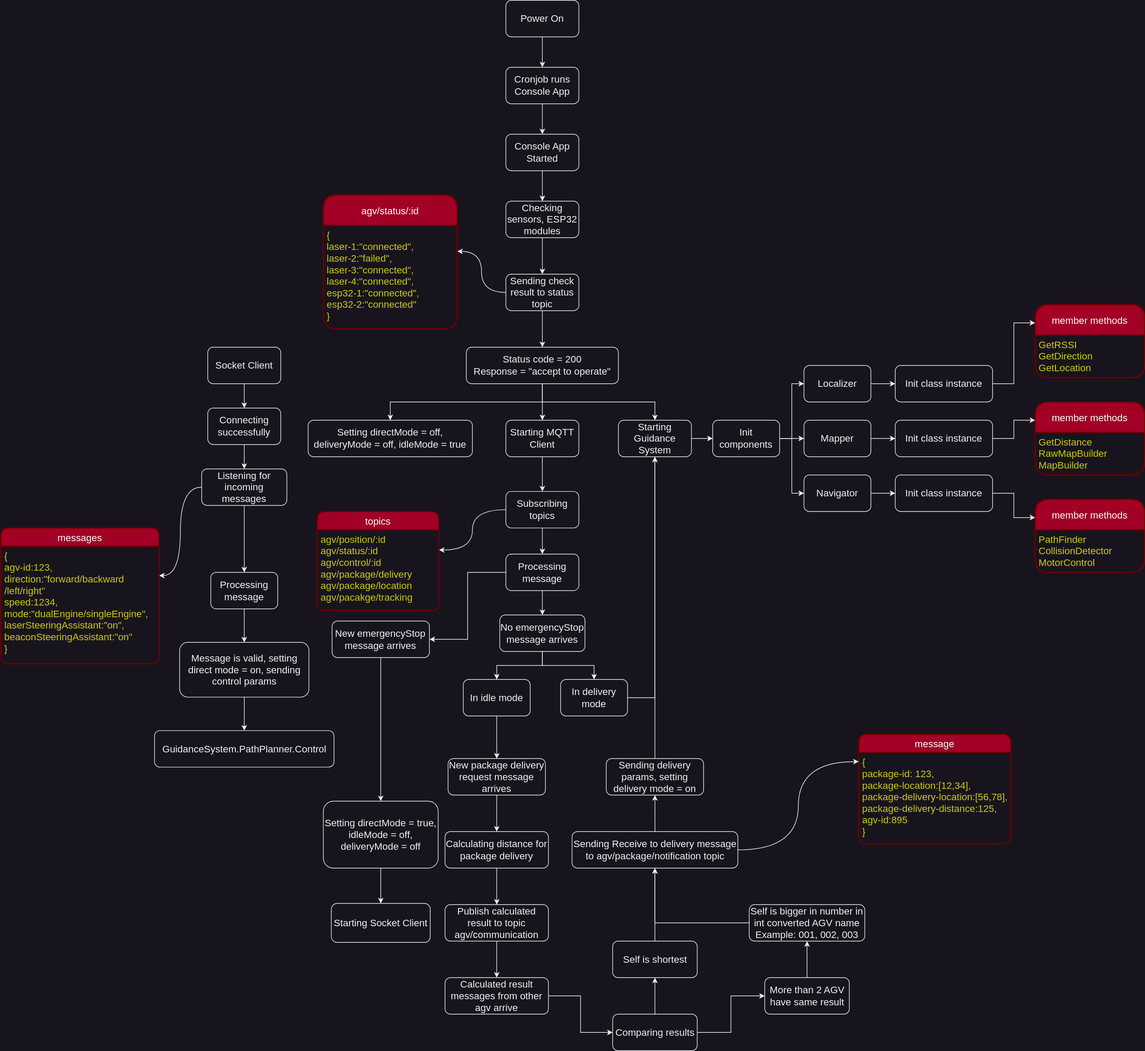
This is WorkFlows/AGV.svg from kirichain/AGV, a draw.io export, as it was before one commit. Source tidied: cells renumbered, new cells last; positions are measured from the earlier drawing's top-left corner, leaving out a move shared by most shapes.
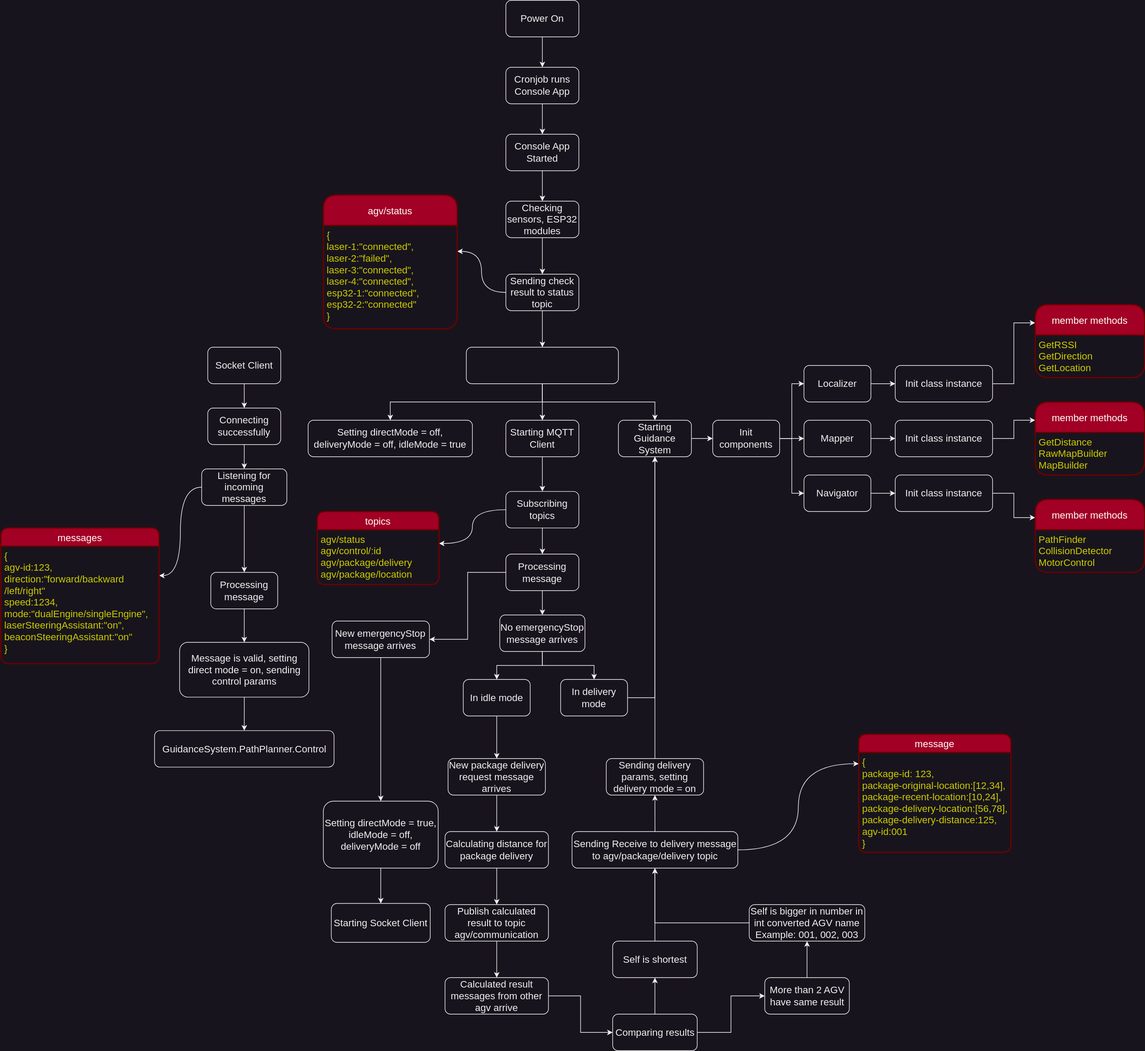
Later version of the same file.

The edit, as a diff of the source:
```diff
@@ -35,7 +35,7 @@
     <mxCell id="12" value="&lt;font size=&quot;3&quot;&gt;Sending check result to status topic&lt;/font&gt;" style="rounded=1;whiteSpace=wrap;html=1;" parent="1" vertex="1">
       <mxGeometry x="830" y="450" width="120" height="60" as="geometry" />
     </mxCell>
-    <mxCell id="13" value="agv/status/:id" style="swimlane;horizontal=1;startSize=50;rounded=1;fontSize=16;fontStyle=0;strokeWidth=2;shadow=0;dashed=0;align=center;fillColor=#a20025;fontColor=#ffffff;strokeColor=#6F0000;" parent="1" vertex="1">
+    <mxCell id="13" value="agv/status" style="swimlane;horizontal=1;startSize=50;rounded=1;fontSize=16;fontStyle=0;strokeWidth=2;shadow=0;dashed=0;align=center;fillColor=#a20025;fontColor=#ffffff;strokeColor=#6F0000;" parent="1" vertex="1">
       <mxGeometry x="530" y="320" width="220" height="220" as="geometry" />
     </mxCell>
     <mxCell id="14" value="{&#10;laser-1:&quot;connected&quot;,&#10;laser-2:&quot;failed&quot;,&#10;laser-3:&quot;connected&quot;,&#10;laser-4:&quot;connected&quot;,&#10;esp32-1:&quot;connected&quot;,&#10;esp32-2:&quot;connected&quot;&#10;}" style="align=left;strokeColor=none;fillColor=none;spacingLeft=4;fontSize=16;verticalAlign=top;fontColor=#CCCC00;" parent="13" vertex="1">
@@ -50,7 +50,7 @@
     <mxCell id="17" style="edgeStyle=orthogonalEdgeStyle;rounded=0;jettySize=auto;html=1;entryX=0.5;entryY=0;entryDx=0;entryDy=0;fontSize=16;" parent="1" edge="1" source="18" target="105">
       <mxGeometry relative="1" as="geometry" />
     </mxCell>
-    <mxCell id="18" value="&lt;font size=&quot;3&quot;&gt;Status code = 200&lt;br&gt;Response = &quot;accept to operate&quot;&lt;br&gt;&lt;/font&gt;" style="rounded=1;whiteSpace=wrap;html=1;" parent="1" vertex="1">
+    <mxCell id="18" value="&lt;font size=&quot;3&quot;&gt;&lt;br&gt;&lt;/font&gt;" style="rounded=1;whiteSpace=wrap;html=1;" parent="1" vertex="1">
       <mxGeometry x="765" y="570" width="250" height="60" as="geometry" />
     </mxCell>
     <mxCell id="19" style="edgeStyle=orthogonalEdgeStyle;rounded=0;jettySize=auto;html=1;entryX=0.5;entryY=0;entryDx=0;entryDy=0;fontSize=16;" parent="1" edge="1" source="20" target="27">
@@ -81,10 +81,10 @@
       <mxGeometry x="830" y="807" width="120" height="60" as="geometry" />
     </mxCell>
     <mxCell id="28" value="topics" style="swimlane;horizontal=1;startSize=30;rounded=1;fontSize=16;fontStyle=0;strokeWidth=2;shadow=0;dashed=0;align=center;fillColor=#a20025;fontColor=#ffffff;strokeColor=#6F0000;" parent="1" vertex="1">
-      <mxGeometry x="520" y="840" width="200" height="163" as="geometry" />
+      <mxGeometry x="520" y="840" width="200" height="120" as="geometry" />
     </mxCell>
-    <mxCell id="29" value="agv/position/:id&#10;agv/status/:id&#10;agv/control/:id&#10;agv/package/delivery&#10;agv/package/location&#10;agv/pacakge/tracking" style="align=left;strokeColor=none;fillColor=none;spacingLeft=4;fontSize=16;verticalAlign=top;fontColor=#CCCC00;" parent="28" vertex="1">
-      <mxGeometry y="30" width="200" height="133" as="geometry" />
+    <mxCell id="29" value="agv/status&#10;agv/control/:id&#10;agv/package/delivery&#10;agv/package/location" style="align=left;strokeColor=none;fillColor=none;spacingLeft=4;fontSize=16;verticalAlign=top;fontColor=#CCCC00;" parent="28" vertex="1">
+      <mxGeometry y="30" width="200" height="90" as="geometry" />
     </mxCell>
     <mxCell id="30" style="edgeStyle=orthogonalEdgeStyle;curved=1;rounded=0;orthogonalLoop=1;jettySize=auto;html=1;exitX=0.5;exitY=1;exitDx=0;exitDy=0;fontSize=16;" parent="28" edge="1" source="29" target="29">
       <mxGeometry relative="1" as="geometry" />
@@ -126,10 +126,10 @@
       <mxGeometry x="1005.5" y="1666" width="139" height="60" as="geometry" />
     </mxCell>
     <mxCell id="43" value="message" style="swimlane;horizontal=1;startSize=30;rounded=1;fontSize=16;fontStyle=0;strokeWidth=2;shadow=0;dashed=0;align=center;fillColor=#a20025;fontColor=#ffffff;strokeColor=#6F0000;" parent="1" vertex="1">
-      <mxGeometry x="1410" y="1206" width="250" height="180" as="geometry" />
+      <mxGeometry x="1410" y="1206" width="250" height="194" as="geometry" />
     </mxCell>
-    <mxCell id="44" value="{&#10;package-id: 123,&#10;package-location:[12,34],&#10;package-delivery-location:[56,78],&#10;package-delivery-distance:125,&#10;agv-id:895&#10;}" style="align=left;strokeColor=none;fillColor=none;spacingLeft=4;fontSize=16;verticalAlign=top;fontColor=#CCCC00;" parent="43" vertex="1">
-      <mxGeometry y="30" width="250" height="150" as="geometry" />
+    <mxCell id="44" value="{&#10;package-id: 123,&#10;package-original-location:[12,34],&#10;package-recent-location:[10,24],&#10;package-delivery-location:[56,78],&#10;package-delivery-distance:125,&#10;agv-id:001&#10;}" style="align=left;strokeColor=none;fillColor=none;spacingLeft=4;fontSize=16;verticalAlign=top;fontColor=#CCCC00;" parent="43" vertex="1">
+      <mxGeometry y="30" width="250" height="164" as="geometry" />
     </mxCell>
     <mxCell id="45" style="edgeStyle=orthogonalEdgeStyle;rounded=0;jettySize=auto;html=1;entryX=0.5;entryY=1;entryDx=0;entryDy=0;fontSize=16;" parent="1" edge="1" source="46" target="24">
       <mxGeometry relative="1" as="geometry" />
@@ -261,7 +261,7 @@
     <mxCell id="86" style="edgeStyle=orthogonalEdgeStyle;curved=1;rounded=0;jettySize=auto;html=1;entryX=0.5;entryY=1;entryDx=0;entryDy=0;fontSize=16;" parent="1" edge="1" source="87" target="46">
       <mxGeometry relative="1" as="geometry" />
     </mxCell>
-    <mxCell id="87" value="&lt;span style=&quot;font-size: 16px;&quot;&gt;Sending Receive to delivery message to agv/package/notification topic&lt;/span&gt;" style="rounded=1;whiteSpace=wrap;html=1;" parent="1" vertex="1">
+    <mxCell id="87" value="&lt;span style=&quot;font-size: 16px;&quot;&gt;Sending Receive to delivery message to agv/package/delivery topic&lt;/span&gt;" style="rounded=1;whiteSpace=wrap;html=1;" parent="1" vertex="1">
       <mxGeometry x="938.8" y="1366" width="272.5" height="60" as="geometry" />
     </mxCell>
     <mxCell id="88" style="edgeStyle=orthogonalEdgeStyle;rounded=0;jettySize=auto;html=1;entryX=0.5;entryY=1;entryDx=0;entryDy=0;fontSize=16;" parent="1" edge="1" source="89" target="87">
```
